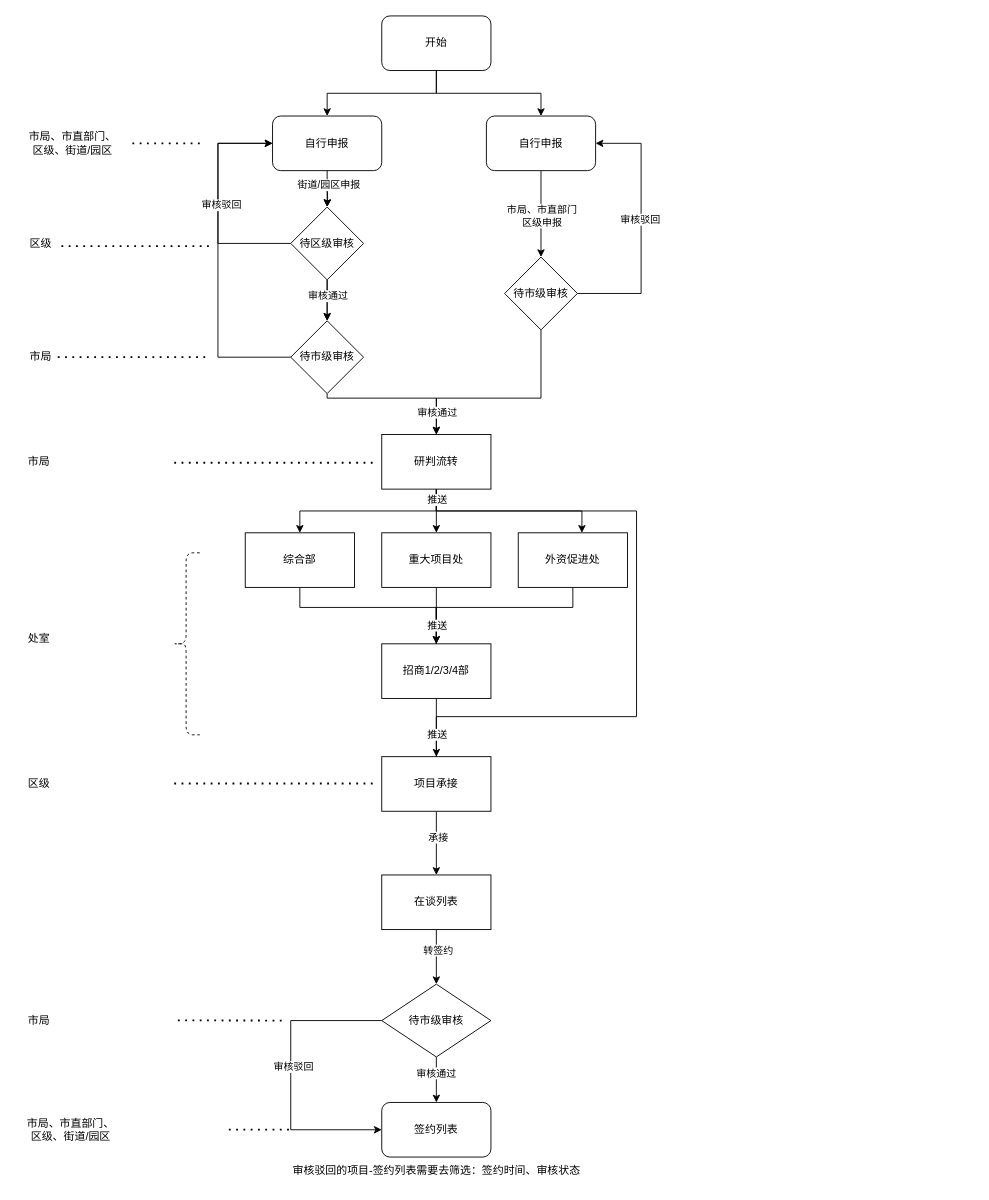
Above: 未命名绘图.drawio in Zkun6/666 (draw.io), before the change. Source tidied: cells renumbered, new cells numbered last; positions are measured from the earlier drawing's top-left corner, leaving out a move shared by most shapes. Both pictures are drawn from the tidied source at 91%, with x=0, y=0 at pixel (15, 15).
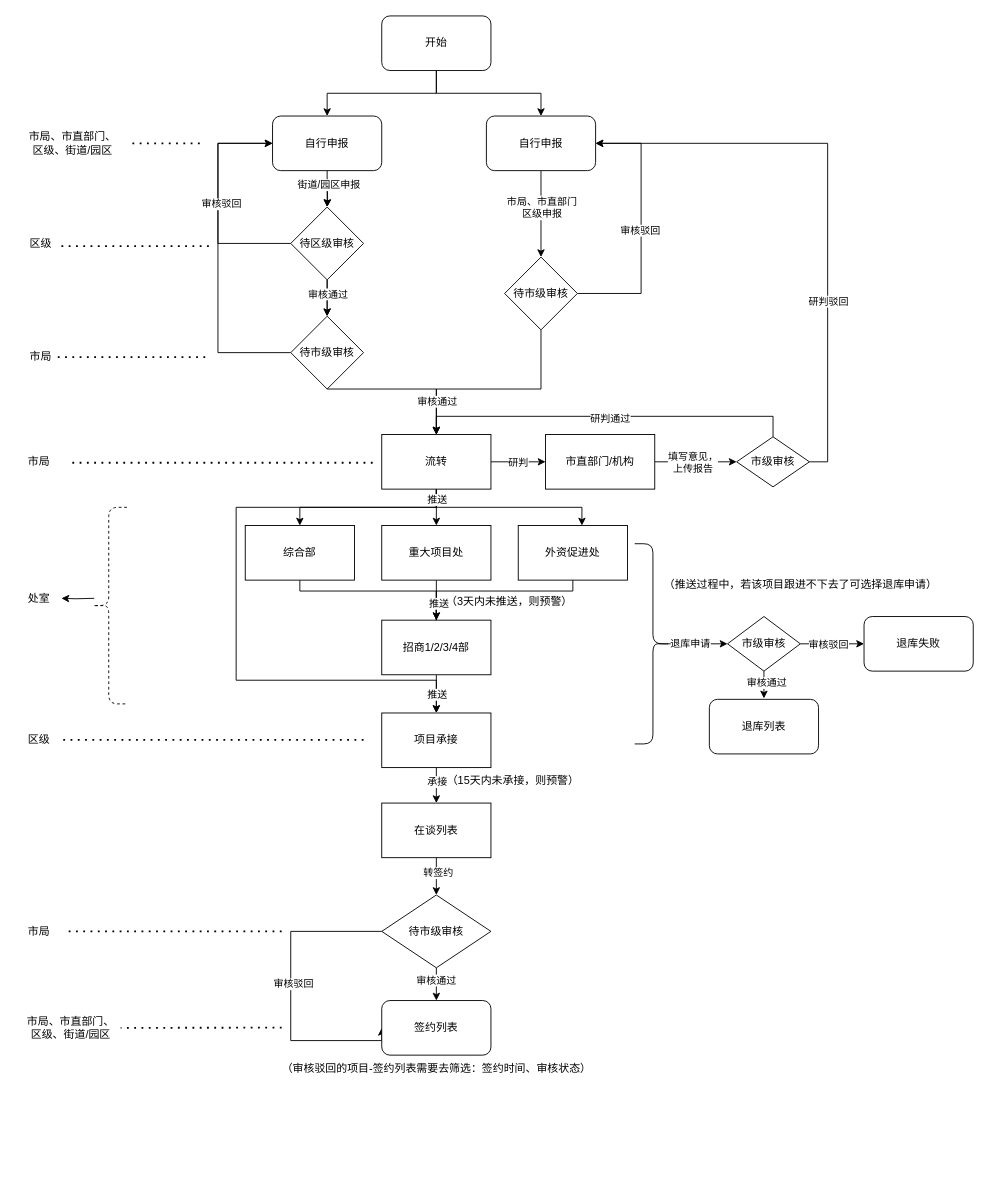
The same page after the edit.

Commit message:
更新未命名绘图.drawio

The change refers to these unchanged cells:
```xml
<mxCell id="33" style="edgeStyle=orthogonalEdgeStyle;rounded=0;jettySize=auto;html=1;entryX=0.5;entryY=0;entryDx=0;entryDy=0;" parent="1" edge="1" source="63" target="37">
  <mxGeometry relative="1" as="geometry" />
</mxCell>
<mxCell id="39" style="edgeStyle=orthogonalEdgeStyle;rounded=0;jettySize=auto;html=1;entryX=0.5;entryY=0;entryDx=0;entryDy=0;" parent="1" edge="1" source="41" target="46">
  <mxGeometry relative="1" as="geometry" />
</mxCell>
<mxCell id="42" style="edgeStyle=orthogonalEdgeStyle;rounded=0;jettySize=auto;html=1;exitX=0.5;exitY=1;exitDx=0;exitDy=0;entryX=0.5;entryY=0;entryDx=0;entryDy=0;" parent="1" edge="1" source="46" target="48">
  <mxGeometry relative="1" as="geometry" />
</mxCell>
<mxCell id="64" style="edgeStyle=orthogonalEdgeStyle;rounded=0;jettySize=auto;html=1;exitX=0.5;exitY=1;exitDx=0;exitDy=0;entryX=0.5;entryY=0;entryDx=0;entryDy=0;" parent="1" edge="1" source="66" target="71">
  <mxGeometry relative="1" as="geometry" />
</mxCell>
<mxCell id="66" value="自行申报" style="rounded=1;whiteSpace=wrap;html=1;" parent="1" vertex="1">
  <mxGeometry x="517" y="110" width="120" height="60" as="geometry" />
</mxCell>
<mxCell id="69" style="edgeStyle=orthogonalEdgeStyle;rounded=0;jettySize=auto;html=1;exitX=1;exitY=0.5;exitDx=0;exitDy=0;entryX=1;entryY=0.5;entryDx=0;entryDy=0;" parent="1" edge="1" source="71" target="66">
  <mxGeometry relative="1" as="geometry">
    <Array as="points">
      <mxPoint x="687" y="305" />
      <mxPoint x="687" y="140" />
    </Array>
  </mxGeometry>
</mxCell>
<mxCell id="71" value="待市级审核" style="rhombus;whiteSpace=wrap;html=1;" parent="1" vertex="1">
  <mxGeometry x="537" y="265" width="80" height="80" as="geometry" />
</mxCell>
```

Diff of the diagram source:
```diff
@@
     <mxCell id="12" style="edgeStyle=orthogonalEdgeStyle;rounded=0;jettySize=auto;html=1;exitX=0;exitY=0.5;exitDx=0;exitDy=0;" parent="1" edge="1" source="15">
       <mxGeometry relative="1" as="geometry">
         <mxPoint x="282" y="140" as="targetPoint" />
         <Array as="points">
-          <mxPoint x="222" y="375" />
+          <mxPoint x="222" y="370" />
           <mxPoint x="222" y="140" />
         </Array>
       </mxGeometry>
     </mxCell>
@@
     <mxCell id="14" style="edgeStyle=orthogonalEdgeStyle;rounded=0;jettySize=auto;html=1;exitX=0.5;exitY=1;exitDx=0;exitDy=0;entryX=0.5;entryY=0;entryDx=0;entryDy=0;" parent="1" edge="1" source="15" target="24">
       <mxGeometry relative="1" as="geometry">
         <Array as="points">
-          <mxPoint x="342" y="420" />
-          <mxPoint x="462" y="420" />
+          <mxPoint x="462" y="410" />
         </Array>
       </mxGeometry>
     </mxCell>
     <mxCell id="15" value="待市级审核" style="rhombus;whiteSpace=wrap;html=1;" parent="1" vertex="1">
-      <mxGeometry x="302" y="335" width="80" height="80" as="geometry" />
+      <mxGeometry x="302" y="330" width="80" height="80" as="geometry" />
     </mxCell>
@@
-    <mxCell id="21" style="edgeStyle=orthogonalEdgeStyle;rounded=0;jettySize=auto;html=1;exitX=0.5;exitY=1;exitDx=0;exitDy=0;entryX=0.5;entryY=0;entryDx=0;entryDy=0;" parent="1" edge="1" source="24">
-      <mxGeometry relative="1" as="geometry">
-        <mxPoint x="462" y="568" as="targetPoint" />
-      </mxGeometry>
-    </mxCell>
     <mxCell id="22" style="edgeStyle=orthogonalEdgeStyle;rounded=0;jettySize=auto;html=1;exitX=0.5;exitY=1;exitDx=0;exitDy=0;entryX=0.5;entryY=0;entryDx=0;entryDy=0;" parent="1" edge="1" source="24" target="27">
-      <mxGeometry relative="1" as="geometry" />
+      <mxGeometry relative="1" as="geometry">
+        <Array as="points">
+          <mxPoint x="462" y="540" />
+          <mxPoint x="312" y="540" />
+        </Array>
+      </mxGeometry>
     </mxCell>
-    <mxCell id="23" style="edgeStyle=orthogonalEdgeStyle;rounded=0;orthogonalLoop=1;jettySize=auto;html=1;" parent="1" edge="1">
+    <mxCell id="23" style="edgeStyle=orthogonalEdgeStyle;rounded=0;jettySize=auto;html=1;" parent="1" edge="1" target="37">
       <mxGeometry relative="1" as="geometry">
         <mxPoint x="462" y="520" as="sourcePoint" />
-        <mxPoint x="462" y="850" as="targetPoint" />
         <Array as="points">
-          <mxPoint x="462" y="544" />
-          <mxPoint x="682" y="544" />
-          <mxPoint x="682" y="770" />
-          <mxPoint x="462" y="770" />
+          <mxPoint x="462" y="540" />
+          <mxPoint x="242" y="540" />
+          <mxPoint x="242" y="730" />
+          <mxPoint x="462" y="730" />
         </Array>
       </mxGeometry>
     </mxCell>
+    <mxCell id="72" style="edgeStyle=orthogonalEdgeStyle;rounded=0;jettySize=auto;html=1;" parent="1" edge="1" source="24" target="80">
+      <mxGeometry relative="1" as="geometry" />
+    </mxCell>
+    <mxCell id="73" value="研判" style="edgeLabel;html=1;align=center;verticalAlign=middle;" parent="72" vertex="1">
+      <mxGeometry x="-0.04" relative="1" as="geometry" />
+    </mxCell>
+    <mxCell id="74" style="edgeStyle=orthogonalEdgeStyle;rounded=0;jettySize=auto;html=1;entryX=0.5;entryY=0;entryDx=0;entryDy=0;" parent="1" edge="1" source="24" target="60">
+      <mxGeometry relative="1" as="geometry" />
+    </mxCell>
-    <mxCell id="24" value="研判流转" style="whiteSpace=wrap;html=1;" parent="1" vertex="1">
+    <mxCell id="24" value="流转" style="whiteSpace=wrap;html=1;" parent="1" vertex="1">
       <mxGeometry x="402" y="460" width="120" height="60" as="geometry" />
     </mxCell>
@@
     <mxCell id="26" style="edgeStyle=orthogonalEdgeStyle;rounded=0;jettySize=auto;html=1;exitX=0.5;exitY=1;exitDx=0;exitDy=0;" parent="1" edge="1" source="27">
       <mxGeometry relative="1" as="geometry">
-        <mxPoint x="462" y="730" as="targetPoint" />
+        <mxPoint x="462" y="722" as="targetPoint" />
         <Array as="points">
-          <mxPoint x="312" y="650" />
-          <mxPoint x="462" y="650" />
+          <mxPoint x="312" y="632" />
+          <mxPoint x="462" y="632" />
         </Array>
       </mxGeometry>
     </mxCell>
     <mxCell id="27" value="综合部" style="whiteSpace=wrap;html=1;" parent="1" vertex="1">
-      <mxGeometry x="252" y="568" width="120" height="60" as="geometry" />
+      <mxGeometry x="252" y="560" width="120" height="60" as="geometry" />
     </mxCell>
     <mxCell id="28" style="edgeStyle=orthogonalEdgeStyle;rounded=0;jettySize=auto;html=1;" parent="1" edge="1" source="63">
       <mxGeometry relative="1" as="geometry">
-        <mxPoint x="462" y="730" as="targetPoint" />
+        <mxPoint x="462" y="722" as="targetPoint" />
         <Array as="points">
-          <mxPoint x="462" y="650" />
+          <mxPoint x="462" y="642" />
         </Array>
       </mxGeometry>
     </mxCell>
     <mxCell id="29" value="外资促进处" style="whiteSpace=wrap;html=1;" parent="1" vertex="1">
-      <mxGeometry x="552" y="568" width="120" height="60" as="geometry" />
+      <mxGeometry x="552" y="560" width="120" height="60" as="geometry" />
     </mxCell>
     <mxCell id="30" style="edgeStyle=orthogonalEdgeStyle;rounded=0;jettySize=auto;html=1;exitX=0.5;exitY=1;exitDx=0;exitDy=0;entryX=0.583;entryY=0;entryDx=0;entryDy=0;entryPerimeter=0;" parent="1" edge="1" source="24" target="29">
-      <mxGeometry relative="1" as="geometry" />
+      <mxGeometry relative="1" as="geometry">
+        <Array as="points">
+          <mxPoint x="462" y="540" />
+          <mxPoint x="622" y="540" />
+        </Array>
+      </mxGeometry>
     </mxCell>
@@
     <mxCell id="32" value="处室" style="text;html=1;align=center;verticalAlign=middle;points=[];strokeColor=none;fillColor=none;" parent="1" vertex="1">
-      <mxGeometry y="670" width="50" height="30" as="geometry" />
+      <mxGeometry y="625" width="50" height="30" as="geometry" />
     </mxCell>
@@
     <mxCell id="34" value="推送" style="edgeLabel;html=1;align=center;verticalAlign=middle;" parent="33" vertex="1">
       <mxGeometry x="0.04" y="1" relative="1" as="geometry">
-        <mxPoint x="-1" y="6" as="offset" />
+        <mxPoint x="-1" y="-1" as="offset" />
       </mxGeometry>
     </mxCell>
-    <mxCell id="35" style="edgeStyle=orthogonalEdgeStyle;rounded=0;jettySize=auto;html=1;" parent="1" edge="1" source="37" target="41">
+    <mxCell id="35" style="edgeStyle=orthogonalEdgeStyle;rounded=0;jettySize=auto;html=1;exitX=0.5;exitY=1;exitDx=0;exitDy=0;entryX=0.5;entryY=0;entryDx=0;entryDy=0;" parent="1" edge="1" source="37" target="41">
       <mxGeometry relative="1" as="geometry" />
     </mxCell>
     <mxCell id="36" value="承接" style="edgeLabel;html=1;align=center;verticalAlign=middle;" parent="35" vertex="1">
-      <mxGeometry x="-0.19" y="1" relative="1" as="geometry" />
+      <mxGeometry x="-0.29" relative="1" as="geometry">
+        <mxPoint y="1" as="offset" />
+      </mxGeometry>
     </mxCell>
     <mxCell id="37" value="项目承接" style="whiteSpace=wrap;html=1;" parent="1" vertex="1">
-      <mxGeometry x="402" y="814" width="120" height="60" as="geometry" />
+      <mxGeometry x="402" y="766" width="120" height="60" as="geometry" />
     </mxCell>
     <mxCell id="38" value="区级" style="text;html=1;align=center;verticalAlign=middle;strokeColor=none;fillColor=none;" parent="1" vertex="1">
-      <mxGeometry y="829" width="50" height="30" as="geometry" />
+      <mxGeometry y="781" width="50" height="30" as="geometry" />
     </mxCell>
@@
     <mxCell id="40" value="转签约" style="edgeLabel;html=1;align=center;verticalAlign=middle;" parent="39" vertex="1">
-      <mxGeometry x="-0.28" y="1" relative="1" as="geometry" />
+      <mxGeometry x="-0.28" y="1" relative="1" as="geometry">
+        <mxPoint y="1" as="offset" />
+      </mxGeometry>
     </mxCell>
     <mxCell id="41" value="在谈列表" style="whiteSpace=wrap;html=1;" parent="1" vertex="1">
-      <mxGeometry x="402" y="944" width="120" height="60" as="geometry" />
+      <mxGeometry x="402" y="865" width="120" height="60" as="geometry" />
     </mxCell>
@@
     <mxCell id="43" value="审核通过" style="edgeLabel;html=1;align=center;verticalAlign=middle;" parent="42" vertex="1">
-      <mxGeometry x="-0.31" y="-1" relative="1" as="geometry" />
+      <mxGeometry x="-0.31" y="-1" relative="1" as="geometry">
+        <mxPoint y="1" as="offset" />
+      </mxGeometry>
     </mxCell>
     <mxCell id="44" style="edgeStyle=orthogonalEdgeStyle;rounded=0;jettySize=auto;html=1;exitX=0;exitY=0.5;exitDx=0;exitDy=0;entryX=0;entryY=0.5;entryDx=0;entryDy=0;" parent="1" edge="1" source="46" target="48">
       <mxGeometry relative="1" as="geometry">
         <Array as="points">
-          <mxPoint x="302" y="1104" />
-          <mxPoint x="302" y="1224" />
+          <mxPoint x="302" y="1006" />
+          <mxPoint x="302" y="1126" />
         </Array>
       </mxGeometry>
     </mxCell>
@@
     <mxCell id="46" value="待市级审核" style="rhombus;whiteSpace=wrap;html=1;" parent="1" vertex="1">
-      <mxGeometry x="402" y="1064" width="120" height="80" as="geometry" />
+      <mxGeometry x="402" y="966" width="120" height="80" as="geometry" />
     </mxCell>
     <mxCell id="47" value="市局" style="text;html=1;align=center;verticalAlign=middle;strokeColor=none;fillColor=none;" parent="1" vertex="1">
-      <mxGeometry y="1089" width="50" height="30" as="geometry" />
+      <mxGeometry y="991" width="50" height="30" as="geometry" />
     </mxCell>
     <mxCell id="48" value="签约列表" style="rounded=1;whiteSpace=wrap;html=1;" parent="1" vertex="1">
-      <mxGeometry x="402" y="1194" width="120" height="60" as="geometry" />
+      <mxGeometry x="402" y="1082" width="120" height="60" as="geometry" />
     </mxCell>
     <mxCell id="49" value="市局、市直部门、&lt;br&gt;区级、街道/园区" style="text;html=1;align=center;verticalAlign=middle;strokeColor=none;fillColor=none;" parent="1" vertex="1">
-      <mxGeometry y="1204" width="120" height="40" as="geometry" />
+      <mxGeometry y="1092" width="120" height="40" as="geometry" />
     </mxCell>
-    <mxCell id="50" value="审核驳回的项目-签约列表需要去筛选：签约时间、审核状态" style="text;html=1;align=center;verticalAlign=middle;strokeColor=none;fillColor=none;" parent="1" vertex="1">
-      <mxGeometry x="292" y="1254" width="340" height="30" as="geometry" />
+    <mxCell id="50" value="（审核驳回的项目-签约列表需要去筛选：签约时间、审核状态）" style="text;html=1;align=center;verticalAlign=middle;strokeColor=none;fillColor=none;" parent="1" vertex="1">
+      <mxGeometry x="282" y="1142" width="360" height="30" as="geometry" />
     </mxCell>
@@
-    <mxCell id="54" style="endArrow=none;dashed=1;html=1;dashPattern=1 3;strokeWidth=2;rounded=0;entryX=0.934;entryY=0.599;entryDx=0;entryDy=0;entryPerimeter=0;" parent="1" edge="1">
+    <mxCell id="54" style="endArrow=none;dashed=1;html=1;dashPattern=1 3;strokeWidth=2;rounded=0;" parent="1" edge="1">
       <mxGeometry relative="1" as="geometry">
         <mxPoint x="392" y="491" as="sourcePoint" />
-        <mxPoint x="172" y="491" as="targetPoint" />
+        <mxPoint x="62" y="491" as="targetPoint" />
       </mxGeometry>
     </mxCell>
+    <mxCell id="75" style="edgeStyle=orthogonalEdgeStyle;rounded=0;jettySize=auto;html=1;exitX=0.1;exitY=0.5;exitDx=0;exitDy=0;exitPerimeter=0;" parent="1" edge="1" target="32">
+      <mxGeometry relative="1" as="geometry">
+        <mxPoint x="86" y="640" as="sourcePoint" />
+      </mxGeometry>
+    </mxCell>
     <mxCell id="55" style="shape=curlyBracket;whiteSpace=wrap;html=1;rounded=1;labelPosition=left;verticalLabelPosition=middle;align=right;verticalAlign=middle;dashed=1;" parent="1" vertex="1">
-      <mxGeometry x="172" y="590" width="30" height="200" as="geometry" />
+      <mxGeometry x="82" y="540" width="40" height="216" as="geometry" />
     </mxCell>
-    <mxCell id="56" style="endArrow=none;dashed=1;html=1;dashPattern=1 3;strokeWidth=2;rounded=0;entryX=0.934;entryY=0.599;entryDx=0;entryDy=0;entryPerimeter=0;" parent="1" edge="1">
-      <mxGeometry relative="1" as="geometry">
-        <mxPoint x="392" y="843.5" as="sourcePoint" />
-        <mxPoint x="172" y="843.5" as="targetPoint" />
-      </mxGeometry>
-    </mxCell>
     <mxCell id="57" style="endArrow=none;dashed=1;html=1;dashPattern=1 3;strokeWidth=2;rounded=0;" parent="1" edge="1">
       <mxGeometry relative="1" as="geometry">
-        <mxPoint x="292" y="1104" as="sourcePoint" />
-        <mxPoint x="174" y="1103.8" as="targetPoint" />
+        <mxPoint x="292" y="1006" as="sourcePoint" />
+        <mxPoint x="52" y="1006" as="targetPoint" />
       </mxGeometry>
     </mxCell>
-    <mxCell id="58" style="endArrow=none;dashed=1;html=1;dashPattern=1 3;strokeWidth=2;rounded=0;" parent="1" edge="1">
+    <mxCell id="58" style="endArrow=none;dashed=1;html=1;dashPattern=1 3;strokeWidth=2;rounded=0;entryX=1.026;entryY=0.5;entryDx=0;entryDy=0;entryPerimeter=0;" parent="1" edge="1">
       <mxGeometry relative="1" as="geometry">
-        <mxPoint x="300" y="1223.8" as="sourcePoint" />
-        <mxPoint x="232" y="1223.8" as="targetPoint" />
+        <mxPoint x="292" y="1111.8" as="sourcePoint" />
+        <mxPoint x="115.1" y="1112" as="targetPoint" />
       </mxGeometry>
     </mxCell>
@@
     <mxCell id="60" value="重大项目处" style="whiteSpace=wrap;html=1;" parent="1" vertex="1">
-      <mxGeometry x="402" y="568" width="120" height="60" as="geometry" />
+      <mxGeometry x="402" y="560" width="120" height="60" as="geometry" />
     </mxCell>
     <mxCell id="61" style="edgeStyle=orthogonalEdgeStyle;rounded=0;jettySize=auto;html=1;" parent="1" edge="1" source="29" target="63">
       <mxGeometry relative="1" as="geometry">
         <Array as="points">
-          <mxPoint x="612" y="650" />
+          <mxPoint x="612" y="632" />
+          <mxPoint x="462" y="632" />
         </Array>
       </mxGeometry>
     </mxCell>
     <mxCell id="62" value="推送" style="edgeLabel;html=1;align=center;verticalAlign=middle;" parent="61" vertex="1">
       <mxGeometry x="0.66" y="-1" relative="1" as="geometry">
-        <mxPoint x="1" y="15" as="offset" />
+        <mxPoint x="1" y="14" as="offset" />
       </mxGeometry>
     </mxCell>
     <mxCell id="63" value="招商1/2/3/4部" style="whiteSpace=wrap;html=1;" parent="1" vertex="1">
-      <mxGeometry x="402" y="690" width="120" height="60" as="geometry" />
+      <mxGeometry x="402" y="664" width="120" height="60" as="geometry" />
     </mxCell>
@@
     <mxCell id="65" value="市局、市直部门&lt;br&gt;区级申报" style="edgeLabel;html=1;align=center;verticalAlign=middle;" parent="64" vertex="1">
       <mxGeometry x="-0.17" y="-2" relative="1" as="geometry">
-        <mxPoint x="2" y="10" as="offset" />
+        <mxPoint x="2" y="1" as="offset" />
       </mxGeometry>
     </mxCell>
@@
     <mxCell id="67" style="edgeStyle=orthogonalEdgeStyle;rounded=0;jettySize=auto;html=1;exitX=0.5;exitY=1;exitDx=0;exitDy=0;entryX=0.5;entryY=0;entryDx=0;entryDy=0;" parent="1" edge="1" source="71" target="24">
       <mxGeometry relative="1" as="geometry">
         <Array as="points">
-          <mxPoint x="542" y="420" />
-          <mxPoint x="342" y="420" />
+          <mxPoint x="577" y="410" />
+          <mxPoint x="462" y="410" />
         </Array>
       </mxGeometry>
     </mxCell>
-    <mxCell id="68" value="审核通过" style="edgeLabel;html=1;align=center;verticalAlign=middle;" parent="67" vertex="1">
-      <mxGeometry x="0.88" y="2" relative="1" as="geometry">
-        <mxPoint x="-2" y="-11" as="offset" />
-      </mxGeometry>
-    </mxCell>
+    <mxCell id="76" value="审核通过" style="edgeLabel;html=1;align=center;verticalAlign=middle;" parent="67" vertex="1">
+      <mxGeometry x="0.68" relative="1" as="geometry" />
+    </mxCell>
@@
     <mxCell id="70" value="审核驳回" style="edgeLabel;html=1;align=center;verticalAlign=middle;" parent="69" vertex="1">
       <mxGeometry x="0.06" y="2" relative="1" as="geometry">
-        <mxPoint y="-1" as="offset" />
+        <mxPoint y="11" as="offset" />
       </mxGeometry>
     </mxCell>
@@
+    <mxCell id="77" style="endArrow=none;dashed=1;html=1;dashPattern=1 3;strokeWidth=2;rounded=0;" parent="1" edge="1">
+      <mxGeometry relative="1" as="geometry">
+        <mxPoint x="382" y="795.6" as="sourcePoint" />
+        <mxPoint x="52" y="795.6" as="targetPoint" />
+      </mxGeometry>
+    </mxCell>
+    <mxCell id="78" style="edgeStyle=orthogonalEdgeStyle;rounded=0;jettySize=auto;html=1;" parent="1" edge="1" source="80" target="85">
+      <mxGeometry relative="1" as="geometry" />
+    </mxCell>
+    <mxCell id="79" value="填写意见，&lt;br&gt;上传报告" style="edgeLabel;html=1;align=center;verticalAlign=middle;" parent="78" vertex="1">
+      <mxGeometry x="-0.08" relative="1" as="geometry" />
+    </mxCell>
+    <mxCell id="80" value="市直部门/机构" style="whiteSpace=wrap;html=1;direction=west;" parent="1" vertex="1">
+      <mxGeometry x="582" y="460" width="120" height="60" as="geometry" />
+    </mxCell>
+    <mxCell id="81" style="edgeStyle=orthogonalEdgeStyle;rounded=0;jettySize=auto;html=1;exitX=0.5;exitY=0;exitDx=0;exitDy=0;entryX=0.5;entryY=0;entryDx=0;entryDy=0;" parent="1" edge="1" source="85" target="24">
+      <mxGeometry relative="1" as="geometry">
+        <Array as="points">
+          <mxPoint x="832" y="440" />
+          <mxPoint x="462" y="440" />
+        </Array>
+      </mxGeometry>
+    </mxCell>
+    <mxCell id="82" value="研判通过" style="edgeLabel;html=1;align=center;verticalAlign=middle;" parent="81" vertex="1">
+      <mxGeometry x="-0.03" y="2" relative="1" as="geometry">
+        <mxPoint x="-2" as="offset" />
+      </mxGeometry>
+    </mxCell>
+    <mxCell id="83" style="edgeStyle=orthogonalEdgeStyle;rounded=0;jettySize=auto;html=1;exitX=1;exitY=0.5;exitDx=0;exitDy=0;entryX=1;entryY=0.5;entryDx=0;entryDy=0;" parent="1" edge="1" source="85" target="66">
+      <mxGeometry relative="1" as="geometry" />
+    </mxCell>
+    <mxCell id="84" value="研判驳回" style="edgeLabel;html=1;align=center;verticalAlign=middle;" parent="83" vertex="1">
+      <mxGeometry x="-0.37" relative="1" as="geometry" />
+    </mxCell>
+    <mxCell id="85" value="市级审核" style="rhombus;whiteSpace=wrap;html=1;" parent="1" vertex="1">
+      <mxGeometry x="792" y="462.5" width="80" height="55" as="geometry" />
+    </mxCell>
+    <mxCell id="86" value="（15天内未承接，则预警）" style="text;html=1;align=center;verticalAlign=middle;strokeColor=none;fillColor=none;" parent="1" vertex="1">
+      <mxGeometry x="461" y="825" width="170" height="30" as="geometry" />
+    </mxCell>
+    <mxCell id="87" value="（3天内未推送，则预警）" style="text;html=1;align=center;verticalAlign=middle;strokeColor=none;fillColor=none;" parent="1" vertex="1">
+      <mxGeometry x="462" y="629" width="160" height="30" as="geometry" />
+    </mxCell>
+    <mxCell id="88" value="（推送过程中，若该项目跟进不下去了可选择退库申请）" style="text;html=1;align=center;verticalAlign=middle;strokeColor=none;fillColor=none;" parent="1" vertex="1">
+      <mxGeometry x="702" y="610" width="320" height="30" as="geometry" />
+    </mxCell>
+    <mxCell id="89" style="edgeStyle=orthogonalEdgeStyle;rounded=0;jettySize=auto;html=1;exitX=1;exitY=0.5;exitDx=0;exitDy=0;entryX=0;entryY=0.5;entryDx=0;entryDy=0;" parent="1" edge="1" source="93" target="95">
+      <mxGeometry relative="1" as="geometry" />
+    </mxCell>
+    <mxCell id="90" value="审核驳回" style="edgeLabel;html=1;align=center;verticalAlign=middle;" parent="89" vertex="1">
+      <mxGeometry x="-0.14" relative="1" as="geometry" />
+    </mxCell>
+    <mxCell id="91" style="edgeStyle=orthogonalEdgeStyle;rounded=0;jettySize=auto;html=1;exitX=0.5;exitY=1;exitDx=0;exitDy=0;" parent="1" edge="1" source="93">
+      <mxGeometry relative="1" as="geometry">
+        <mxPoint x="822" y="750" as="targetPoint" />
+      </mxGeometry>
+    </mxCell>
+    <mxCell id="92" value="审核通过" style="edgeLabel;html=1;align=center;verticalAlign=middle;" parent="91" vertex="1">
+      <mxGeometry x="-0.17" y="2" relative="1" as="geometry" />
+    </mxCell>
+    <mxCell id="93" value="市级审核" style="rhombus;whiteSpace=wrap;html=1;" parent="1" vertex="1">
+      <mxGeometry x="782" y="660" width="80" height="60" as="geometry" />
+    </mxCell>
+    <mxCell id="94" value="退库列表" style="rounded=1;whiteSpace=wrap;html=1;" parent="1" vertex="1">
+      <mxGeometry x="762" y="751" width="120" height="60" as="geometry" />
+    </mxCell>
+    <mxCell id="95" value="退库失败" style="rounded=1;whiteSpace=wrap;html=1;" parent="1" vertex="1">
+      <mxGeometry x="932" y="660" width="120" height="60" as="geometry" />
+    </mxCell>
+    <mxCell id="96" style="edgeStyle=orthogonalEdgeStyle;rounded=0;jettySize=auto;html=1;exitX=0.1;exitY=0.5;exitDx=0;exitDy=0;exitPerimeter=0;entryX=0;entryY=0.5;entryDx=0;entryDy=0;" parent="1" edge="1" source="98" target="93">
+      <mxGeometry relative="1" as="geometry" />
+    </mxCell>
+    <mxCell id="97" value="退库申请" style="edgeLabel;html=1;align=center;verticalAlign=middle;" parent="96" vertex="1">
+      <mxGeometry x="-0.01" y="1" relative="1" as="geometry">
+        <mxPoint x="-9" as="offset" />
+      </mxGeometry>
+    </mxCell>
+    <mxCell id="98" style="shape=curlyBracket;whiteSpace=wrap;html=1;rounded=1;flipH=1;labelPosition=right;verticalLabelPosition=middle;align=left;verticalAlign=middle;" parent="1" vertex="1">
+      <mxGeometry x="680" y="580" width="40" height="220" as="geometry" />
+    </mxCell>
```
